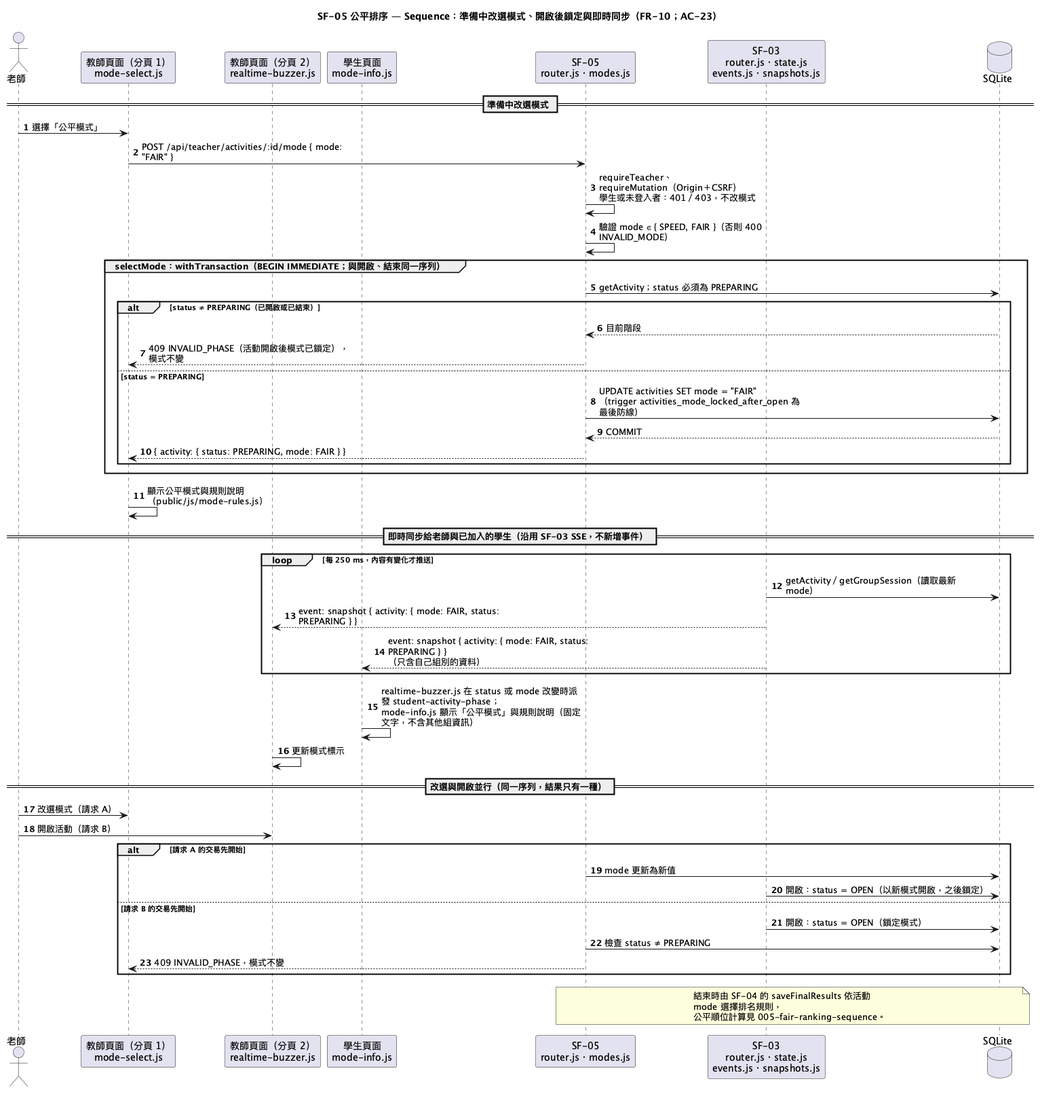
tom1030507/classroom-buzzer-system-speckit keeps this PlantUML diagram as diagrams/005-fair-ranking-sequence-mode.png. Above is the earlier version.
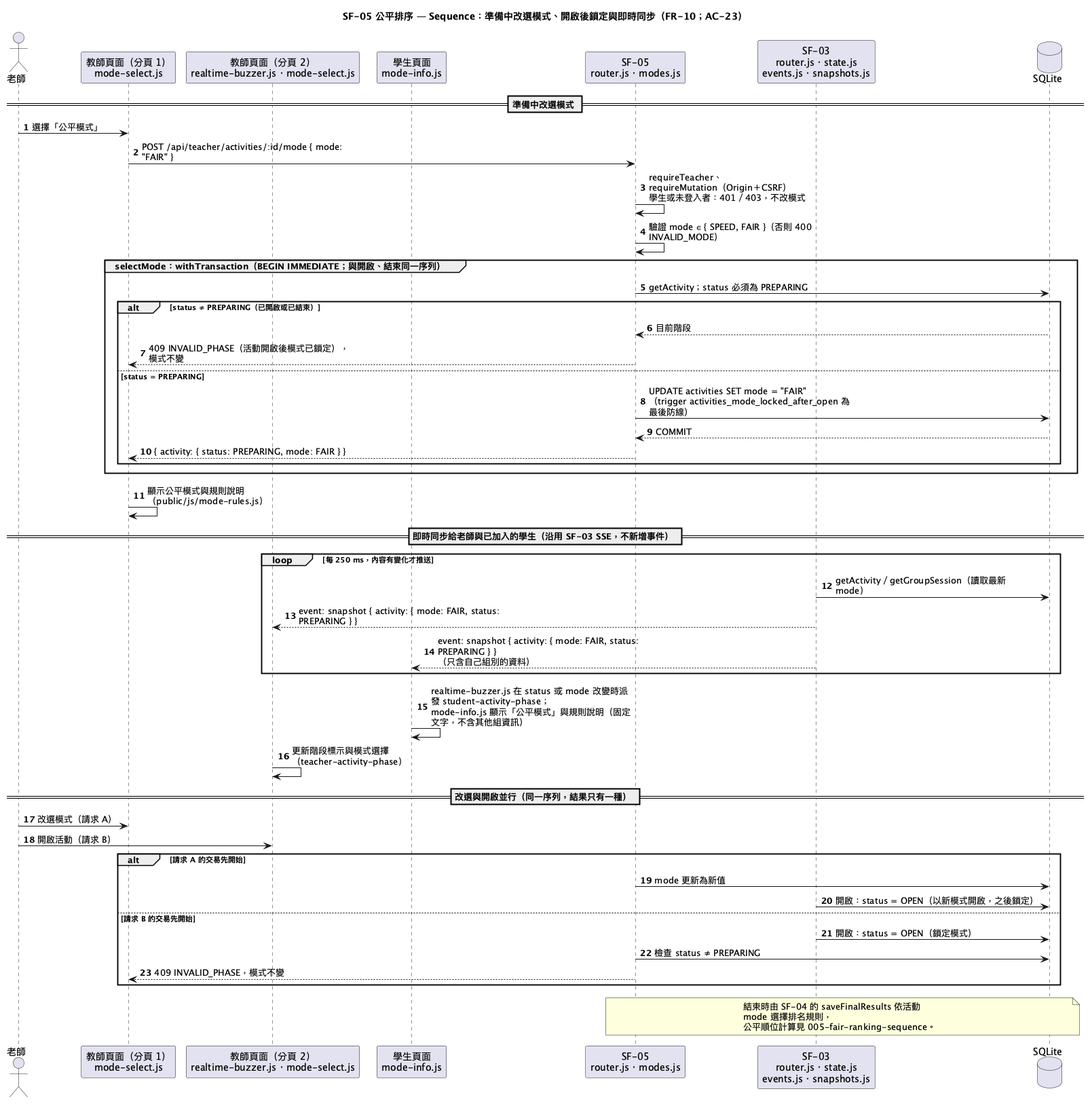
After the commit.

Change to the diagram source:
```diff
@@ -7,7 +7,7 @@
 
 actor "老師" as Teacher
 participant "教師頁面（分頁 1）\nmode-select.js" as TeacherUI
-participant "教師頁面（分頁 2）\nrealtime-buzzer.js" as TeacherUI2
+participant "教師頁面（分頁 2）\nrealtime-buzzer.js・mode-select.js" as TeacherUI2
 participant "學生頁面\nmode-info.js" as StudentUI
 participant "SF-05\nrouter.js・modes.js" as Mode
 participant "SF-03\nrouter.js・state.js\nevents.js・snapshots.js" as Buzzer
@@ -38,7 +38,7 @@
   Buzzer --> StudentUI : event: snapshot { activity: { mode: FAIR, status: PREPARING } }\n（只含自己組別的資料）
 end
 StudentUI -> StudentUI : realtime-buzzer.js 在 status 或 mode 改變時派發 student-activity-phase；\nmode-info.js 顯示「公平模式」與規則說明（固定文字，不含其他組資訊）
-TeacherUI2 -> TeacherUI2 : 更新模式標示
+TeacherUI2 -> TeacherUI2 : 更新階段標示與模式選擇\n（teacher-activity-phase）
 
 == 改選與開啟並行（同一序列，結果只有一種） ==
 Teacher -> TeacherUI : 改選模式（請求 A）
```
